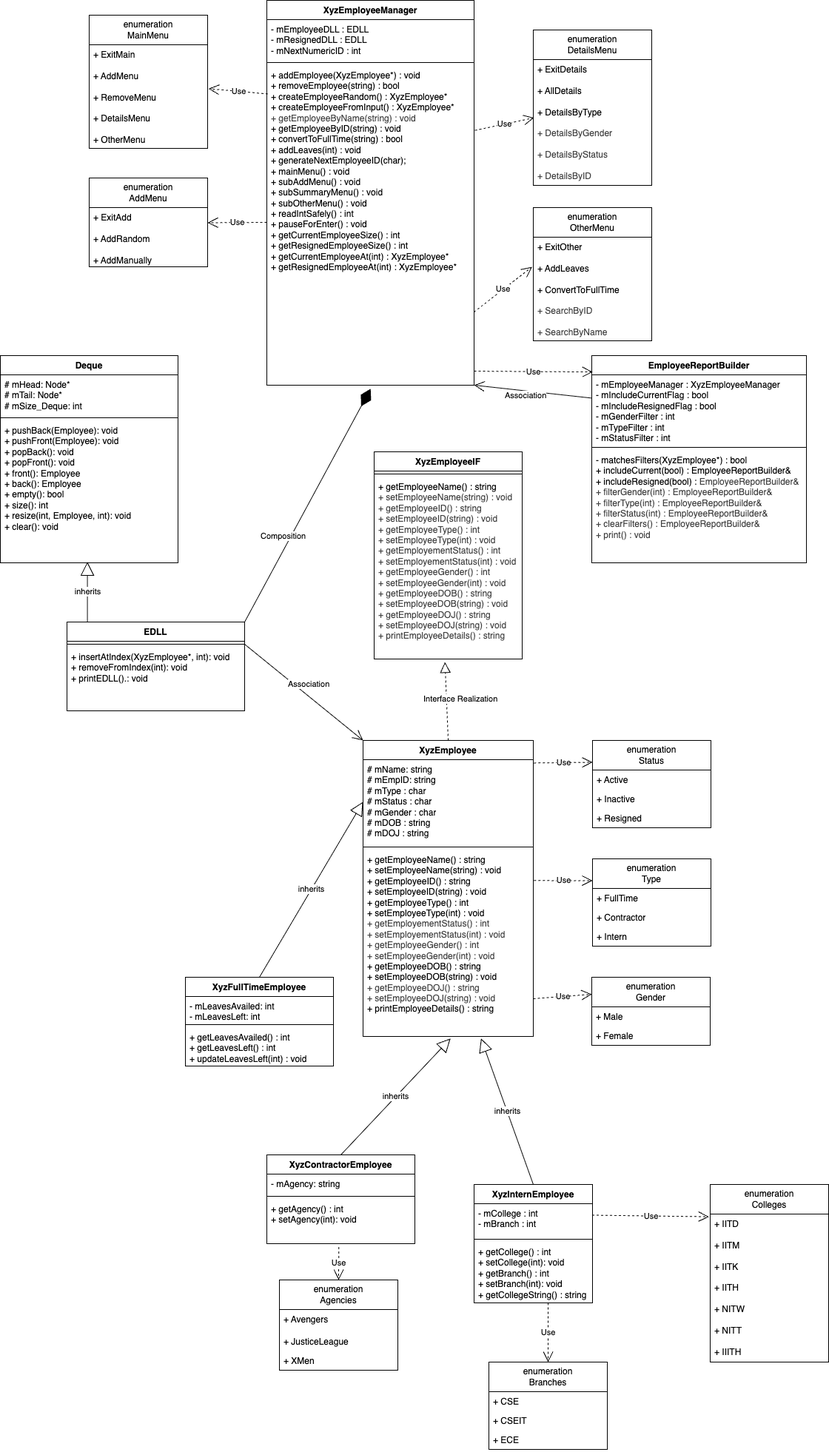
Before: umlFile.png, a diagram exported from draw.io (IBM-PHYP-DEV-HYD/ems-aniketsrivast). Source tidied: cells renumbered, new cells last; positions are measured from the earlier drawing's top-left corner, leaving out a move shared by most shapes.
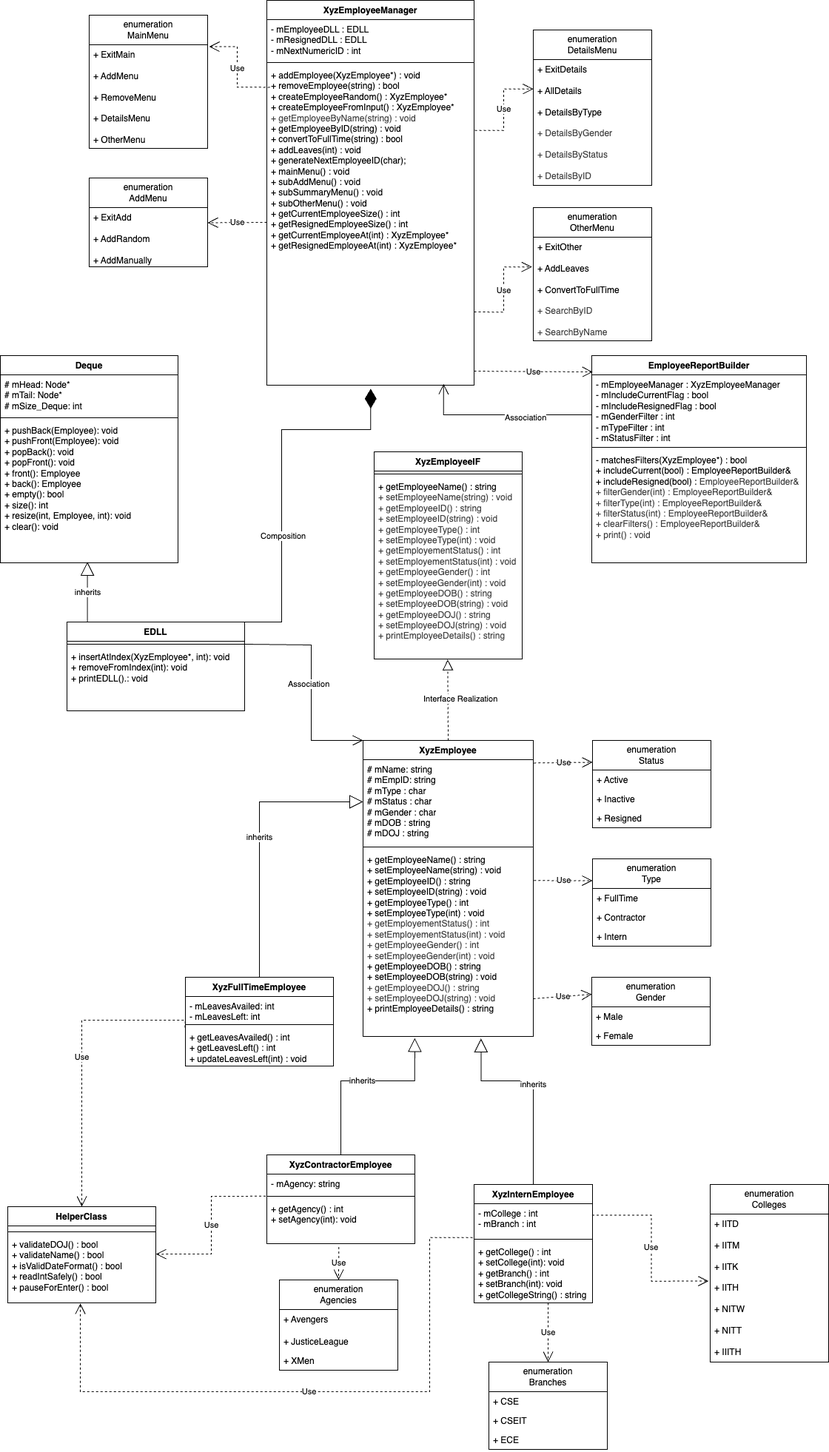
The same file after the commit.

Commit message:
LLDD and UML Changes

What changed in the source:
```diff
@@ -46,3 +46,3 @@
     </mxCell>
-    <mxCell id="16" value="+ addEmployee(XyzEmployee*) : void&lt;div&gt;+ removeEmployee(string) : bool&lt;/div&gt;&lt;div&gt;+ createEmployeeRandom() :&amp;nbsp;&lt;span style=&quot;color: rgb(0, 0, 0);&quot;&gt;XyzEmployee*&lt;/span&gt;&lt;/div&gt;&lt;div&gt;&lt;font color=&quot;#000000&quot;&gt;+ createEmployeeFromInput() :&amp;nbsp;&lt;/font&gt;&lt;span style=&quot;color: rgb(0, 0, 0);&quot;&gt;XyzEmployee*&lt;/span&gt;&lt;font color=&quot;#000000&quot;&gt;&lt;br&gt;&lt;/font&gt;&lt;div&gt;&lt;span style=&quot;color: rgb(63, 63, 63); background-color: transparent;&quot;&gt;+ getEmployeeByName(string) : void&lt;/span&gt;&lt;/div&gt;&lt;/div&gt;&lt;div&gt;+&amp;nbsp;&lt;span style=&quot;background-color: transparent; color: light-dark(rgb(0, 0, 0), rgb(255, 255, 255));&quot;&gt;getEmployeeByID(string) : void&lt;/span&gt;&lt;/div&gt;&lt;div&gt;&lt;span style=&quot;background-color: transparent; color: light-dark(rgb(0, 0, 0), rgb(255, 255, 255));&quot;&gt;+ convertToFullTime(string) : bool&lt;/span&gt;&lt;/div&gt;&lt;div&gt;&lt;span style=&quot;background-color: transparent; color: light-dark(rgb(0, 0, 0), rgb(255, 255, 255));&quot;&gt;+ addLeaves(int) : void&lt;/span&gt;&lt;/div&gt;&lt;div&gt;&lt;span style=&quot;background-color: transparent; color: light-dark(rgb(0, 0, 0), rgb(255, 255, 255));&quot;&gt;+ generateNextEmployeeID(char);&lt;/span&gt;&lt;/div&gt;&lt;div&gt;&lt;span style=&quot;background-color: transparent; color: light-dark(rgb(0, 0, 0), rgb(255, 255, 255));&quot;&gt;+ mainMenu() : void&lt;/span&gt;&lt;/div&gt;&lt;div&gt;&lt;span style=&quot;background-color: transparent; color: light-dark(rgb(0, 0, 0), rgb(255, 255, 255));&quot;&gt;+ subAddMenu() : void&lt;/span&gt;&lt;/div&gt;&lt;div&gt;&lt;span style=&quot;background-color: transparent; color: light-dark(rgb(0, 0, 0), rgb(255, 255, 255));&quot;&gt;+ subSummaryMenu() : void&lt;/span&gt;&lt;/div&gt;&lt;div&gt;&lt;span style=&quot;background-color: transparent; color: light-dark(rgb(0, 0, 0), rgb(255, 255, 255));&quot;&gt;+ subOtherMenu() : void&lt;/span&gt;&lt;/div&gt;&lt;div&gt;&lt;span style=&quot;background-color: transparent; color: light-dark(rgb(0, 0, 0), rgb(255, 255, 255));&quot;&gt;+ readIntSafely() : int&lt;/span&gt;&lt;/div&gt;&lt;div&gt;&lt;span style=&quot;background-color: transparent; color: light-dark(rgb(0, 0, 0), rgb(255, 255, 255));&quot;&gt;+ pauseForEnter() : void&lt;/span&gt;&lt;/div&gt;&lt;div&gt;&lt;span style=&quot;background-color: transparent; color: light-dark(rgb(0, 0, 0), rgb(255, 255, 255));&quot;&gt;+ getCurrentEmployeeSize() : int&lt;/span&gt;&lt;/div&gt;&lt;div&gt;&lt;span style=&quot;background-color: transparent; color: light-dark(rgb(0, 0, 0), rgb(255, 255, 255));&quot;&gt;+ getResignedEmployeeSize() : int&lt;/span&gt;&lt;/div&gt;&lt;div&gt;&lt;span style=&quot;background-color: transparent; color: light-dark(rgb(0, 0, 0), rgb(255, 255, 255));&quot;&gt;+ getCurrentEmployeeAt(int) : XyzEmployee*&lt;/span&gt;&lt;/div&gt;&lt;div&gt;&lt;span style=&quot;color: rgb(0, 0, 0);&quot;&gt;+ getResignedEmployeeAt(int) : XyzEmployee*&lt;/span&gt;&lt;span style=&quot;background-color: transparent; color: light-dark(rgb(0, 0, 0), rgb(255, 255, 255));&quot;&gt;&lt;/span&gt;&lt;/div&gt;" style="text;strokeColor=none;fillColor=none;align=left;verticalAlign=top;spacingLeft=4;spacingRight=4;overflow=hidden;points=[[0,0.5],[1,0.5]];portConstraint=eastwest;whiteSpace=wrap;html=1;" parent="13" vertex="1">
+    <mxCell id="16" value="+ addEmployee(XyzEmployee*) : void&lt;div&gt;+ removeEmployee(string) : bool&lt;/div&gt;&lt;div&gt;+ createEmployeeRandom() :&amp;nbsp;&lt;span style=&quot;color: rgb(0, 0, 0);&quot;&gt;XyzEmployee*&lt;/span&gt;&lt;/div&gt;&lt;div&gt;&lt;font color=&quot;#000000&quot;&gt;+ createEmployeeFromInput() :&amp;nbsp;&lt;/font&gt;&lt;span style=&quot;color: rgb(0, 0, 0);&quot;&gt;XyzEmployee*&lt;/span&gt;&lt;font color=&quot;#000000&quot;&gt;&lt;br&gt;&lt;/font&gt;&lt;div&gt;&lt;span style=&quot;color: rgb(63, 63, 63); background-color: transparent;&quot;&gt;+ getEmployeeByName(string) : void&lt;/span&gt;&lt;/div&gt;&lt;/div&gt;&lt;div&gt;+&amp;nbsp;&lt;span style=&quot;background-color: transparent; color: light-dark(rgb(0, 0, 0), rgb(255, 255, 255));&quot;&gt;getEmployeeByID(string) : void&lt;/span&gt;&lt;/div&gt;&lt;div&gt;&lt;span style=&quot;background-color: transparent; color: light-dark(rgb(0, 0, 0), rgb(255, 255, 255));&quot;&gt;+ convertToFullTime(string) : bool&lt;/span&gt;&lt;/div&gt;&lt;div&gt;&lt;span style=&quot;background-color: transparent; color: light-dark(rgb(0, 0, 0), rgb(255, 255, 255));&quot;&gt;+ addLeaves(int) : void&lt;/span&gt;&lt;/div&gt;&lt;div&gt;&lt;span style=&quot;background-color: transparent; color: light-dark(rgb(0, 0, 0), rgb(255, 255, 255));&quot;&gt;+ generateNextEmployeeID(char);&lt;/span&gt;&lt;/div&gt;&lt;div&gt;&lt;span style=&quot;background-color: transparent; color: light-dark(rgb(0, 0, 0), rgb(255, 255, 255));&quot;&gt;+ mainMenu() : void&lt;/span&gt;&lt;/div&gt;&lt;div&gt;&lt;span style=&quot;background-color: transparent; color: light-dark(rgb(0, 0, 0), rgb(255, 255, 255));&quot;&gt;+ subAddMenu() : void&lt;/span&gt;&lt;/div&gt;&lt;div&gt;&lt;span style=&quot;background-color: transparent; color: light-dark(rgb(0, 0, 0), rgb(255, 255, 255));&quot;&gt;+ subSummaryMenu() : void&lt;/span&gt;&lt;/div&gt;&lt;div&gt;&lt;span style=&quot;background-color: transparent; color: light-dark(rgb(0, 0, 0), rgb(255, 255, 255));&quot;&gt;+ subOtherMenu() : void&lt;/span&gt;&lt;/div&gt;&lt;div&gt;&lt;span style=&quot;background-color: transparent;&quot;&gt;+ getCurrentEmployeeSize() : int&lt;/span&gt;&lt;/div&gt;&lt;div&gt;&lt;span style=&quot;background-color: transparent; color: light-dark(rgb(0, 0, 0), rgb(255, 255, 255));&quot;&gt;+ getResignedEmployeeSize() : int&lt;/span&gt;&lt;/div&gt;&lt;div&gt;&lt;span style=&quot;background-color: transparent; color: light-dark(rgb(0, 0, 0), rgb(255, 255, 255));&quot;&gt;+ getCurrentEmployeeAt(int) : XyzEmployee*&lt;/span&gt;&lt;/div&gt;&lt;div&gt;&lt;span style=&quot;color: rgb(0, 0, 0);&quot;&gt;+ getResignedEmployeeAt(int) : XyzEmployee*&lt;/span&gt;&lt;span style=&quot;background-color: transparent; color: light-dark(rgb(0, 0, 0), rgb(255, 255, 255));&quot;&gt;&lt;/span&gt;&lt;/div&gt;" style="text;strokeColor=none;fillColor=none;align=left;verticalAlign=top;spacingLeft=4;spacingRight=4;overflow=hidden;points=[[0,0.5],[1,0.5]];portConstraint=eastwest;whiteSpace=wrap;html=1;" parent="13" vertex="1">
       <mxGeometry y="88" width="280" height="432" as="geometry" />
@@ -85,10 +85,20 @@
     </mxCell>
-    <mxCell id="29" value="inherits" style="endArrow=block;endSize=16;endFill=0;html=1;rounded=0;entryX=0;entryY=0.5;entryDx=0;entryDy=0;exitX=0.5;exitY=0;exitDx=0;exitDy=0;" parent="1" edge="1" source="17" target="47">
+    <mxCell id="29" value="inherits" style="endArrow=block;endSize=16;endFill=0;html=1;rounded=0;entryX=0;entryY=0.5;entryDx=0;entryDy=0;exitX=0.5;exitY=0;exitDx=0;exitDy=0;edgeStyle=orthogonalEdgeStyle;" parent="1" edge="1" source="17" target="47">
       <mxGeometry relative="1" as="geometry" />
     </mxCell>
-    <mxCell id="30" value="inherits" style="endArrow=block;endSize=16;endFill=0;html=1;rounded=0;entryX=0.514;entryY=1.011;entryDx=0;entryDy=0;exitX=0.5;exitY=0;exitDx=0;exitDy=0;entryPerimeter=0;" parent="1" edge="1" source="25" target="49">
-      <mxGeometry relative="1" as="geometry" />
+    <mxCell id="30" value="inherits" style="endArrow=block;endSize=16;endFill=0;html=1;rounded=0;entryX=0.304;entryY=1.009;entryDx=0;entryDy=0;exitX=0.5;exitY=0;exitDx=0;exitDy=0;entryPerimeter=0;edgeStyle=orthogonalEdgeStyle;" parent="1" edge="1" source="25" target="49">
+      <mxGeometry relative="1" as="geometry">
+        <Array as="points">
+          <mxPoint x="460" y="1460" />
+          <mxPoint x="560" y="1460" />
+        </Array>
+      </mxGeometry>
     </mxCell>
-    <mxCell id="31" value="inherits" style="endArrow=block;endSize=16;endFill=0;html=1;rounded=0;entryX=0.693;entryY=1.011;entryDx=0;entryDy=0;exitX=0.5;exitY=0;exitDx=0;exitDy=0;entryPerimeter=0;" parent="1" edge="1" source="21" target="49">
-      <mxGeometry relative="1" as="geometry" />
+    <mxCell id="31" value="inherits" style="endArrow=block;endSize=16;endFill=0;html=1;rounded=0;entryX=0.693;entryY=1.011;entryDx=0;entryDy=0;exitX=0.5;exitY=0;exitDx=0;exitDy=0;entryPerimeter=0;edgeStyle=orthogonalEdgeStyle;" parent="1" edge="1" source="21" target="49">
+      <mxGeometry relative="1" as="geometry">
+        <Array as="points">
+          <mxPoint x="720" y="1460" />
+          <mxPoint x="649" y="1460" />
+        </Array>
+      </mxGeometry>
     </mxCell>
@@ -151,3 +161,3 @@
     </mxCell>
-    <mxCell id="51" value="Use" style="endArrow=open;endSize=12;dashed=1;html=1;rounded=0;exitX=0.997;exitY=0.352;exitDx=0;exitDy=0;exitPerimeter=0;entryX=-0.011;entryY=0.018;entryDx=0;entryDy=0;entryPerimeter=0;" parent="1" edge="1" source="22" target="41">
+    <mxCell id="51" value="Use" style="endArrow=open;endSize=12;dashed=1;html=1;rounded=0;exitX=0.997;exitY=0.352;exitDx=0;exitDy=0;exitPerimeter=0;entryX=-0.014;entryY=0.453;entryDx=0;entryDy=0;entryPerimeter=0;edgeStyle=orthogonalEdgeStyle;" parent="1" edge="1" source="22" target="41">
       <mxGeometry relative="1" as="geometry" />
@@ -162,11 +172,22 @@
     </mxCell>
-    <mxCell id="54" style="endArrow=block;dashed=1;endFill=0;endSize=12;html=1;rounded=0;entryX=0.478;entryY=1.017;entryDx=0;entryDy=0;entryPerimeter=0;exitX=0.5;exitY=0;exitDx=0;exitDy=0;" parent="1" edge="1" source="46" target="12">
+    <mxCell id="54" style="endArrow=block;dashed=1;endFill=0;endSize=12;html=1;rounded=0;entryX=0.497;entryY=1.003;entryDx=0;entryDy=0;entryPerimeter=0;exitX=0.5;exitY=0;exitDx=0;exitDy=0;" parent="1" edge="1" source="46" target="12">
       <mxGeometry relative="1" as="geometry" />
     </mxCell>
-    <mxCell id="55" style="endArrow=diamondThin;endFill=1;endSize=24;html=1;rounded=0;exitX=1;exitY=0;exitDx=0;exitDy=0;entryX=0.501;entryY=1.011;entryDx=0;entryDy=0;entryPerimeter=0;" parent="1" edge="1" source="6" target="16">
-      <mxGeometry relative="1" as="geometry" />
+    <mxCell id="55" style="endArrow=diamondThin;endFill=1;endSize=24;html=1;rounded=0;exitX=1;exitY=0;exitDx=0;exitDy=0;entryX=0.501;entryY=1.011;entryDx=0;entryDy=0;entryPerimeter=0;edgeStyle=orthogonalEdgeStyle;" parent="1" edge="1" source="6" target="16">
+      <mxGeometry relative="1" as="geometry">
+        <Array as="points">
+          <mxPoint x="380" y="840" />
+          <mxPoint x="380" y="580" />
+          <mxPoint x="500" y="580" />
+        </Array>
+      </mxGeometry>
     </mxCell>
-    <mxCell id="56" style="endArrow=open;endFill=1;endSize=12;html=1;rounded=0;entryX=0;entryY=0;entryDx=0;entryDy=0;" parent="1" edge="1" target="46">
+    <mxCell id="56" style="endArrow=open;endFill=1;endSize=12;html=1;rounded=0;entryX=0;entryY=0;entryDx=0;entryDy=0;edgeStyle=orthogonalEdgeStyle;" parent="1" edge="1" target="46">
       <mxGeometry relative="1" as="geometry">
         <mxPoint x="330" y="870" as="sourcePoint" />
+        <Array as="points">
+          <mxPoint x="330" y="871" />
+          <mxPoint x="420" y="871" />
+          <mxPoint x="420" y="1000" />
+        </Array>
       </mxGeometry>
@@ -235,3 +256,3 @@
     </mxCell>
-    <mxCell id="77" value="Use" style="endArrow=open;endSize=12;dashed=1;html=1;rounded=0;entryX=-0.011;entryY=0.287;entryDx=0;entryDy=0;exitX=1;exitY=0.771;exitDx=0;exitDy=0;exitPerimeter=0;entryPerimeter=0;" parent="1" edge="1" source="16" target="76">
+    <mxCell id="77" value="Use" style="endArrow=open;endSize=12;dashed=1;html=1;rounded=0;entryX=-0.011;entryY=0.287;entryDx=0;entryDy=0;exitX=1;exitY=0.771;exitDx=0;exitDy=0;exitPerimeter=0;entryPerimeter=0;edgeStyle=orthogonalEdgeStyle;" parent="1" edge="1" source="16" target="76">
       <mxGeometry relative="1" as="geometry" />
@@ -243,6 +264,6 @@
     </mxCell>
-    <mxCell id="79" value="Use" style="endArrow=open;endSize=12;dashed=1;html=1;rounded=0;entryX=1.009;entryY=0.424;entryDx=0;entryDy=0;exitX=0.005;exitY=0.089;exitDx=0;exitDy=0;exitPerimeter=0;entryPerimeter=0;" parent="1" edge="1" source="16" target="70">
+    <mxCell id="79" value="Use" style="endArrow=open;endSize=12;dashed=1;html=1;rounded=0;entryX=1.013;entryY=0.018;entryDx=0;entryDy=0;exitX=0.015;exitY=0.068;exitDx=0;exitDy=0;exitPerimeter=0;entryPerimeter=0;edgeStyle=orthogonalEdgeStyle;" parent="1" edge="1" source="16" target="70">
       <mxGeometry relative="1" as="geometry" />
     </mxCell>
-    <mxCell id="80" value="Use" style="endArrow=open;endSize=12;dashed=1;html=1;rounded=0;entryX=0.006;entryY=0.463;entryDx=0;entryDy=0;exitX=1.004;exitY=0.203;exitDx=0;exitDy=0;exitPerimeter=0;entryPerimeter=0;" parent="1" edge="1" source="16" target="74">
+    <mxCell id="80" value="Use" style="endArrow=open;endSize=12;dashed=1;html=1;rounded=0;entryX=0.001;entryY=0.234;entryDx=0;entryDy=0;exitX=1.004;exitY=0.203;exitDx=0;exitDy=0;exitPerimeter=0;entryPerimeter=0;edgeStyle=orthogonalEdgeStyle;" parent="1" edge="1" source="16" target="74">
       <mxGeometry relative="1" as="geometry" />
@@ -266,6 +287,9 @@
     </mxCell>
-    <mxCell id="86" style="endArrow=open;endFill=1;endSize=12;html=1;rounded=0;entryX=1.002;entryY=1.003;entryDx=0;entryDy=0;exitX=0.001;exitY=0.348;exitDx=0;exitDy=0;exitPerimeter=0;entryPerimeter=0;" parent="1" edge="1">
+    <mxCell id="86" style="endArrow=open;endFill=1;endSize=12;html=1;rounded=0;entryX=0.853;entryY=0.996;entryDx=0;entryDy=0;entryPerimeter=0;edgeStyle=orthogonalEdgeStyle;" parent="1" edge="1" target="16">
       <mxGeometry relative="1" as="geometry">
-        <mxPoint x="798.7" y="537.4" as="sourcePoint" />
-        <mxPoint x="640" y="520" as="targetPoint" />
+        <mxPoint x="799" y="560" as="sourcePoint" />
+        <Array as="points">
+          <mxPoint x="799" y="560" />
+          <mxPoint x="599" y="560" />
+        </Array>
       </mxGeometry>
@@ -273,4 +297,31 @@
     <mxCell id="87" value="&lt;span style=&quot;color: rgb(0, 0, 0); font-family: Helvetica; font-size: 11px; font-style: normal; font-variant-ligatures: normal; font-variant-caps: normal; font-weight: 400; letter-spacing: normal; orphans: 2; text-align: center; text-indent: 0px; text-transform: none; widows: 2; word-spacing: 0px; -webkit-text-stroke-width: 0px; white-space: nowrap; background-color: rgb(255, 255, 255); text-decoration-thickness: initial; text-decoration-style: initial; text-decoration-color: initial; float: none; display: inline !important;&quot;&gt;Association&lt;/span&gt;" style="text;whiteSpace=wrap;html=1;" parent="1" vertex="1">
-      <mxGeometry x="680" y="520" width="70" height="40" as="geometry" />
+      <mxGeometry x="680" y="550" width="70" height="40" as="geometry" />
     </mxCell>
+    <mxCell id="88" value="HelperClass" style="swimlane;fontStyle=1;align=center;verticalAlign=top;horizontal=1;startSize=26;whiteSpace=wrap;html=1;" parent="1" vertex="1">
+      <mxGeometry x="10" y="1630" width="200" height="130" as="geometry" />
+    </mxCell>
+    <mxCell id="89" value="&lt;div&gt;&lt;br&gt;&lt;/div&gt;" style="text;strokeColor=none;fillColor=none;align=left;verticalAlign=top;spacingLeft=4;spacingRight=4;overflow=hidden;whiteSpace=wrap;html=1;" parent="88" vertex="1">
+      <mxGeometry y="26" width="200" height="4" as="geometry" />
+    </mxCell>
+    <mxCell id="90" style="line;strokeWidth=1;fillColor=none;align=left;verticalAlign=middle;spacingTop=-1;spacingLeft=3;spacingRight=3;labelPosition=right;strokeColor=inherit;" parent="88" vertex="1">
+      <mxGeometry y="30" width="200" height="8" as="geometry" />
+    </mxCell>
+    <mxCell id="91" value="+ validateDOJ() : bool&lt;div&gt;&lt;span style=&quot;color: rgb(0, 0, 0);&quot;&gt;+ validateName() : bool&lt;/span&gt;&lt;/div&gt;&lt;div&gt;&lt;span style=&quot;color: rgb(0, 0, 0);&quot;&gt;+ isValidDateFormat() : bool&lt;/span&gt;&lt;span style=&quot;color: rgb(0, 0, 0);&quot;&gt;&lt;/span&gt;&lt;/div&gt;&lt;div&gt;&lt;span style=&quot;color: rgb(0, 0, 0);&quot;&gt;+ readIntSafely() : bool&lt;/span&gt;&lt;span style=&quot;color: rgb(0, 0, 0);&quot;&gt;&lt;/span&gt;&lt;/div&gt;&lt;div&gt;&lt;span style=&quot;color: rgb(0, 0, 0);&quot;&gt;+ pauseForEnter() : bool&lt;/span&gt;&lt;span style=&quot;color: rgb(0, 0, 0);&quot;&gt;&lt;/span&gt;&lt;/div&gt;&lt;div&gt;&lt;span style=&quot;color: rgb(0, 0, 0);&quot;&gt;&lt;br&gt;&lt;/span&gt;&lt;/div&gt;" style="text;strokeColor=none;fillColor=none;align=left;verticalAlign=top;spacingLeft=4;spacingRight=4;overflow=hidden;points=[[0,0.5],[1,0.5]];portConstraint=eastwest;whiteSpace=wrap;html=1;" parent="88" vertex="1">
+      <mxGeometry y="38" width="200" height="92" as="geometry" />
+    </mxCell>
+    <mxCell id="92" value="Use" style="endArrow=open;endSize=12;dashed=1;html=1;rounded=0;entryX=0.5;entryY=0;entryDx=0;entryDy=0;exitX=-0.002;exitY=0.005;exitDx=0;exitDy=0;exitPerimeter=0;edgeStyle=orthogonalEdgeStyle;" parent="1" edge="1" source="20" target="88">
+      <mxGeometry relative="1" as="geometry" />
+    </mxCell>
+    <mxCell id="93" value="Use" style="endArrow=open;endSize=12;dashed=1;html=1;rounded=0;entryX=1;entryY=0.284;entryDx=0;entryDy=0;exitX=-0.007;exitY=-0.069;exitDx=0;exitDy=0;exitPerimeter=0;edgeStyle=orthogonalEdgeStyle;entryPerimeter=0;" parent="1" edge="1" source="28" target="91">
+      <mxGeometry relative="1" as="geometry" />
+    </mxCell>
+    <mxCell id="94" value="Use" style="endArrow=open;endSize=12;dashed=1;html=1;rounded=0;entryX=0.49;entryY=1.009;entryDx=0;entryDy=0;exitX=-0.013;exitY=1.042;exitDx=0;exitDy=0;exitPerimeter=0;edgeStyle=orthogonalEdgeStyle;entryPerimeter=0;" parent="1" edge="1" source="22" target="91">
+      <mxGeometry relative="1" as="geometry">
+        <Array as="points">
+          <mxPoint x="580" y="1672" />
+          <mxPoint x="580" y="1880" />
+          <mxPoint x="108" y="1880" />
+        </Array>
+      </mxGeometry>
+    </mxCell>
   </root>
```
